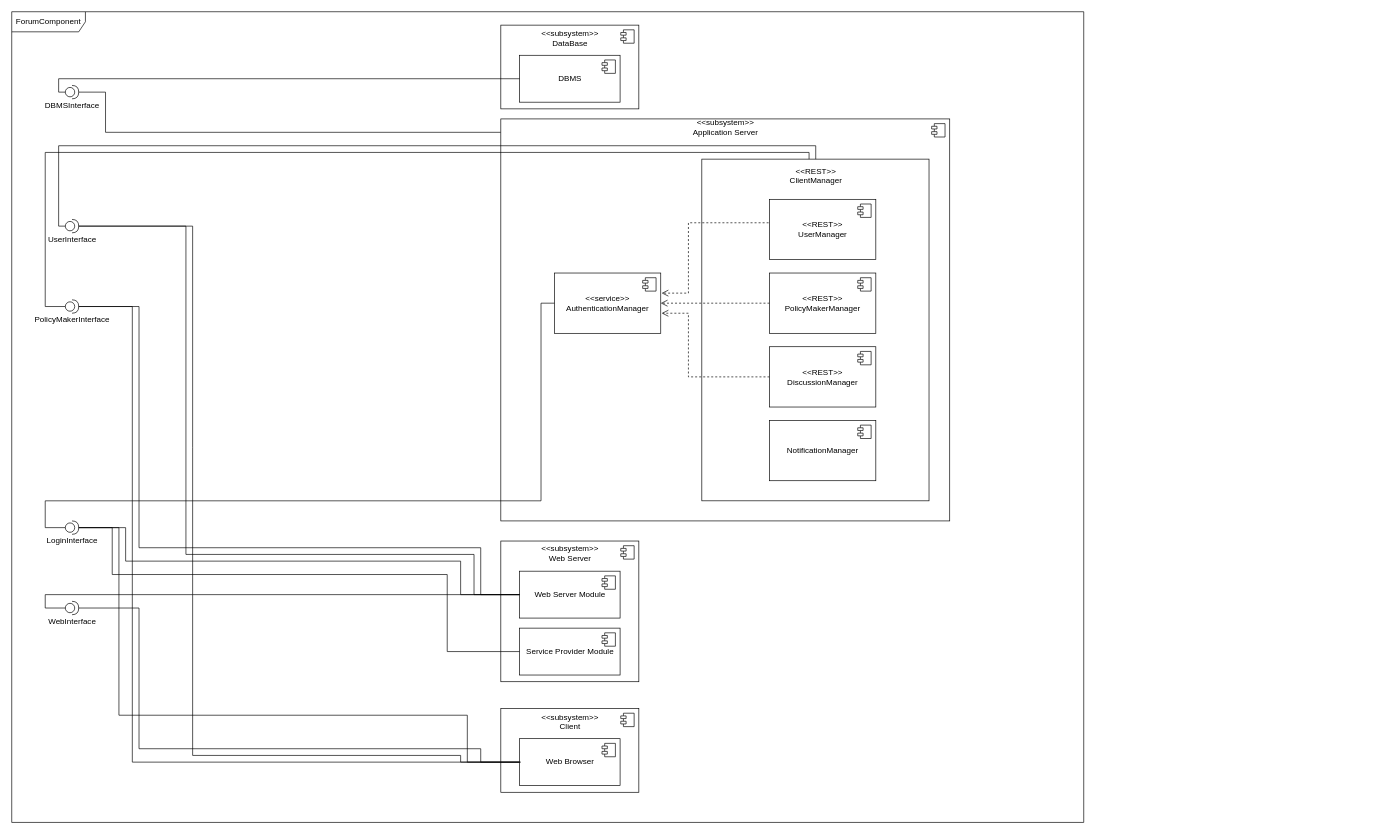
The draw.io diagram page "ForumComponent" (1 of 2) of DD Diagrams/ComponentDiagram.drawio in matteovisotto/SE2-CecchettoSirianiVisotto, before the edit. Source tidied: cells renumbered, new cells numbered last; positions are measured from the earlier drawing's top-left corner, leaving out a move shared by most shapes. Both pictures are drawn from the tidied source at 67%, with x=0, y=0 at pixel (11, 11).
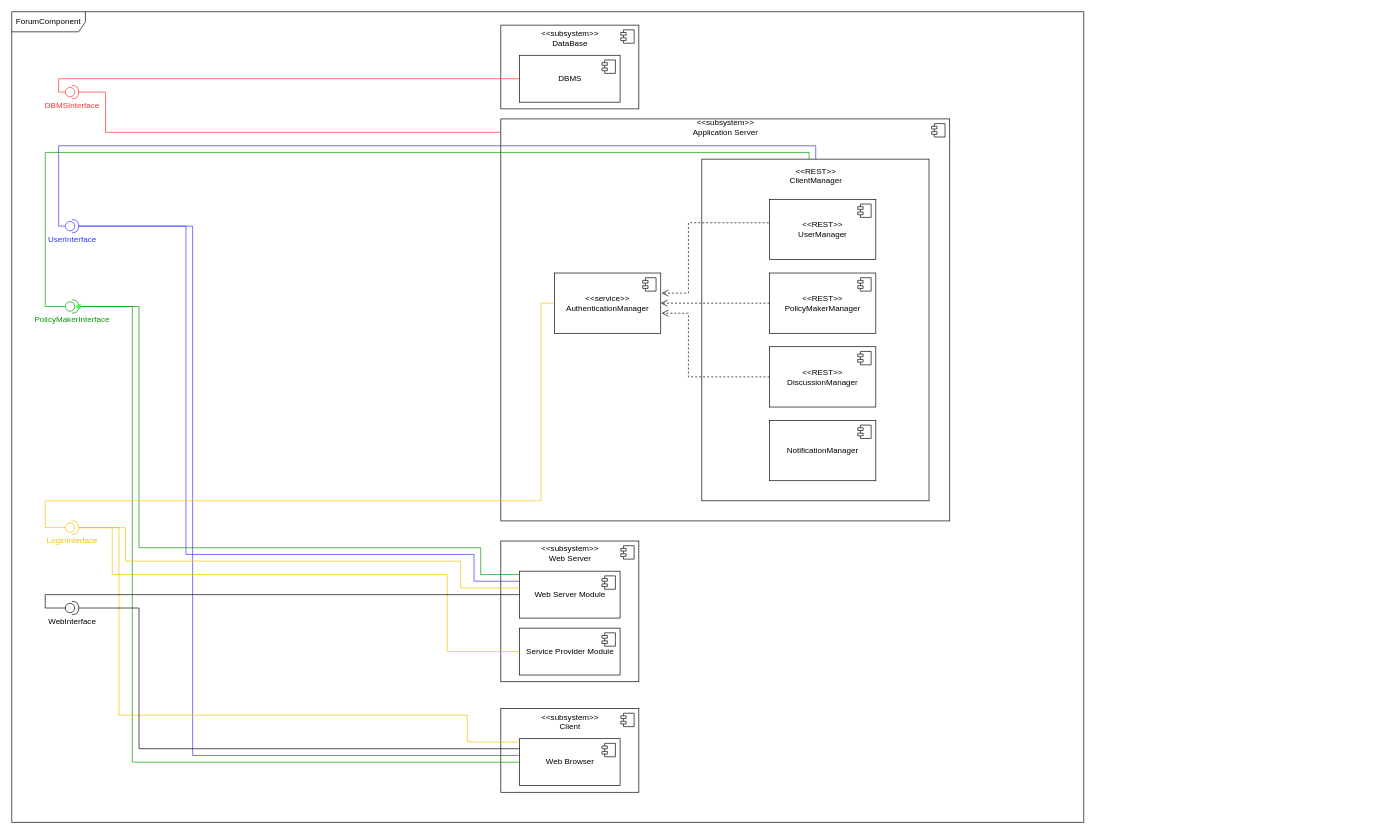
The same diagram, later.

The change refers to these unchanged cells:
```xml
<mxCell id="7" value="DBMS" style="html=1;" parent="4" vertex="1">
  <mxGeometry x="28" y="45" width="150" height="70" as="geometry" />
</mxCell>
<mxCell id="14" value="Web Browser" style="html=1;" parent="11" vertex="1">
  <mxGeometry x="28" y="45" width="150" height="70" as="geometry" />
</mxCell>
<mxCell id="19" value="Web Server Module" style="html=1;" parent="16" vertex="1">
  <mxGeometry x="28" y="45" width="150" height="70" as="geometry" />
</mxCell>
<mxCell id="21" value="Service Provider Module" style="html=1;" parent="16" vertex="1">
  <mxGeometry x="28" y="130" width="150" height="70" as="geometry" />
</mxCell>
<mxCell id="27" value="&amp;lt;&amp;lt;subsystem&amp;gt;&amp;gt;&lt;br&gt;Application Server&lt;br&gt;&lt;br&gt;&lt;br&gt;&lt;br&gt;&lt;br&gt;&lt;br&gt;&lt;br&gt;&lt;br&gt;&lt;br&gt;&lt;br&gt;&lt;br&gt;&lt;br&gt;&lt;br&gt;&lt;br&gt;&lt;br&gt;&lt;br&gt;&lt;br&gt;&lt;br&gt;&lt;br&gt;&lt;br&gt;&lt;br&gt;&lt;br&gt;&lt;br&gt;&lt;br&gt;&lt;br&gt;&lt;br&gt;&lt;br&gt;&lt;br&gt;&lt;br&gt;&lt;br&gt;&lt;br&gt;&lt;br&gt;&lt;br&gt;&lt;br&gt;&lt;br&gt;&lt;br&gt;&lt;br&gt;&lt;br&gt;&lt;br&gt;&lt;br&gt;&lt;br&gt;" style="html=1;" parent="26" vertex="1">
  <mxGeometry width="670" height="600" as="geometry" />
</mxCell>
<mxCell id="29" value="&amp;lt;&amp;lt;REST&amp;gt;&amp;gt;&lt;br&gt;ClientManager&lt;br&gt;&lt;br&gt;&lt;br&gt;&lt;br&gt;&lt;br&gt;&lt;br&gt;&lt;br&gt;&lt;br&gt;&lt;br&gt;&lt;br&gt;&lt;br&gt;&lt;br&gt;&lt;br&gt;&lt;br&gt;&lt;br&gt;&lt;br&gt;&lt;br&gt;&lt;br&gt;&lt;br&gt;&lt;br&gt;&lt;br&gt;&lt;br&gt;&lt;br&gt;&lt;br&gt;&lt;br&gt;&lt;br&gt;&lt;br&gt;&lt;br&gt;&lt;br&gt;&lt;br&gt;&lt;br&gt;&lt;br&gt;&lt;br&gt;" style="html=1;" parent="26" vertex="1">
  <mxGeometry x="300" y="60" width="339.1" height="510" as="geometry" />
</mxCell>
<mxCell id="41" value="&amp;lt;&amp;lt;service&amp;gt;&amp;gt;&lt;br&gt;AuthenticationManager" style="html=1;" parent="26" vertex="1">
  <mxGeometry x="80" y="230" width="158.7" height="90" as="geometry" />
</mxCell>
<mxCell id="48" value="WebInterface" style="shape=providedRequiredInterface;html=1;verticalLabelPosition=bottom;sketch=0;" parent="1" vertex="1">
  <mxGeometry x="80" y="880" width="20" height="20" as="geometry" />
</mxCell>
```

The edit, as a diff of the source:
```diff
@@
-    <mxCell id="3" value="DBMSInterface" style="shape=providedRequiredInterface;html=1;verticalLabelPosition=bottom;sketch=0;" parent="1" vertex="1">
+    <mxCell id="3" value="&lt;font color=&quot;#ff3333&quot;&gt;DBMSInterface&lt;/font&gt;" style="shape=providedRequiredInterface;html=1;verticalLabelPosition=bottom;sketch=0;strokeColor=#FF3333;" parent="1" vertex="1">
       <mxGeometry x="80" y="110" width="20" height="20" as="geometry" />
     </mxCell>
@@
-    <mxCell id="9" value="UserInterface" style="shape=providedRequiredInterface;html=1;verticalLabelPosition=bottom;sketch=0;" parent="1" vertex="1">
+    <mxCell id="9" value="&lt;font color=&quot;#3333ff&quot;&gt;UserInterface&lt;/font&gt;" style="shape=providedRequiredInterface;html=1;verticalLabelPosition=bottom;sketch=0;strokeColor=#3333FF;" parent="1" vertex="1">
       <mxGeometry x="80" y="310" width="20" height="20" as="geometry" />
     </mxCell>
-    <mxCell id="10" value="PolicyMakerInterface" style="shape=providedRequiredInterface;html=1;verticalLabelPosition=bottom;sketch=0;" parent="1" vertex="1">
+    <mxCell id="10" value="&lt;font color=&quot;#009900&quot;&gt;PolicyMakerInterface&lt;/font&gt;" style="shape=providedRequiredInterface;html=1;verticalLabelPosition=bottom;sketch=0;strokeColor=#009900;" parent="1" vertex="1">
       <mxGeometry x="80" y="430" width="20" height="20" as="geometry" />
     </mxCell>
@@
-    <mxCell id="23" style="endArrow=none;html=1;edgeStyle=orthogonalEdgeStyle;rounded=0;exitX=0;exitY=0.5;exitDx=0;exitDy=0;exitPerimeter=0;" parent="1" edge="1" source="3" target="7">
+    <mxCell id="23" style="endArrow=none;html=1;edgeStyle=orthogonalEdgeStyle;rounded=0;exitX=0;exitY=0.5;exitDx=0;exitDy=0;exitPerimeter=0;strokeColor=#FF3333;" parent="1" edge="1" source="3" target="7">
       <mxGeometry relative="1" as="geometry">
         <Array as="points">
           <mxPoint x="70" y="120" />
           <mxPoint x="70" y="100" />
         </Array>
       </mxGeometry>
     </mxCell>
-    <mxCell id="24" style="endArrow=none;html=1;edgeStyle=orthogonalEdgeStyle;rounded=0;exitX=1;exitY=0.5;exitDx=0;exitDy=0;exitPerimeter=0;" parent="1" edge="1" source="3" target="27">
+    <mxCell id="24" style="endArrow=none;html=1;edgeStyle=orthogonalEdgeStyle;rounded=0;exitX=1;exitY=0.5;exitDx=0;exitDy=0;exitPerimeter=0;strokeColor=#FF3333;" parent="1" edge="1" source="3" target="27">
       <mxGeometry relative="1" as="geometry">
         <Array as="points">
           <mxPoint x="140" y="120" />
           <mxPoint x="140" y="180" />
         </Array>
       </mxGeometry>
     </mxCell>
@@
-    <mxCell id="43" style="endArrow=none;html=1;edgeStyle=orthogonalEdgeStyle;rounded=0;exitX=0;exitY=0.5;exitDx=0;exitDy=0;exitPerimeter=0;" parent="1" edge="1" source="9" target="29">
+    <mxCell id="43" style="endArrow=none;html=1;edgeStyle=orthogonalEdgeStyle;rounded=0;exitX=0;exitY=0.5;exitDx=0;exitDy=0;exitPerimeter=0;strokeColor=#3333FF;" parent="1" edge="1" source="9" target="29">
       <mxGeometry relative="1" as="geometry">
         <Array as="points">
           <mxPoint x="70" y="320" />
           <mxPoint x="70" y="200" />
           <mxPoint x="1200" y="200" />
         </Array>
       </mxGeometry>
     </mxCell>
-    <mxCell id="44" style="endArrow=none;html=1;edgeStyle=orthogonalEdgeStyle;rounded=0;exitX=0;exitY=0.5;exitDx=0;exitDy=0;exitPerimeter=0;entryX=0.472;entryY=0;entryDx=0;entryDy=0;entryPerimeter=0;" parent="1" edge="1" source="10" target="29">
+    <mxCell id="44" style="endArrow=none;html=1;edgeStyle=orthogonalEdgeStyle;rounded=0;exitX=0;exitY=0.5;exitDx=0;exitDy=0;exitPerimeter=0;entryX=0.472;entryY=0;entryDx=0;entryDy=0;entryPerimeter=0;strokeColor=#009900;" parent="1" edge="1" source="10" target="29">
       <mxGeometry relative="1" as="geometry">
         <Array as="points">
           <mxPoint x="50" y="440" />
           <mxPoint x="50" y="210" />
           <mxPoint x="1190" y="210" />
         </Array>
       </mxGeometry>
     </mxCell>
-    <mxCell id="45" style="endArrow=none;html=1;edgeStyle=orthogonalEdgeStyle;rounded=0;exitX=1;exitY=0.5;exitDx=0;exitDy=0;exitPerimeter=0;entryX=0;entryY=0.5;entryDx=0;entryDy=0;" parent="1" edge="1" source="10" target="14">
+    <mxCell id="45" style="endArrow=none;html=1;edgeStyle=orthogonalEdgeStyle;rounded=0;exitX=1;exitY=0.5;exitDx=0;exitDy=0;exitPerimeter=0;entryX=0;entryY=0.5;entryDx=0;entryDy=0;strokeColor=#009900;" parent="1" edge="1" source="10" target="14">
       <mxGeometry relative="1" as="geometry">
         <Array as="points">
           <mxPoint x="180" y="440" />
           <mxPoint x="180" y="1120" />
         </Array>
       </mxGeometry>
     </mxCell>
-    <mxCell id="46" style="endArrow=none;html=1;edgeStyle=orthogonalEdgeStyle;rounded=0;exitX=1;exitY=0.5;exitDx=0;exitDy=0;exitPerimeter=0;entryX=0;entryY=0.5;entryDx=0;entryDy=0;" parent="1" edge="1" source="10" target="19">
+    <mxCell id="46" style="endArrow=none;html=1;edgeStyle=orthogonalEdgeStyle;rounded=0;exitX=1;exitY=0.5;exitDx=0;exitDy=0;exitPerimeter=0;strokeColor=#009900;" parent="1" edge="1" source="10">
       <mxGeometry relative="1" as="geometry">
+        <mxPoint x="758" y="840" as="targetPoint" />
         <Array as="points">
           <mxPoint x="190" y="440" />
           <mxPoint x="190" y="800" />
           <mxPoint x="700" y="800" />
-          <mxPoint x="700" y="870" />
+          <mxPoint x="700" y="840" />
+          <mxPoint x="758" y="840" />
         </Array>
       </mxGeometry>
     </mxCell>
-    <mxCell id="47" value="LoginInterface" style="shape=providedRequiredInterface;html=1;verticalLabelPosition=bottom;sketch=0;" parent="1" vertex="1">
+    <mxCell id="47" value="&lt;font color=&quot;#f5c000&quot;&gt;LoginInterface&lt;/font&gt;" style="shape=providedRequiredInterface;html=1;verticalLabelPosition=bottom;sketch=0;strokeColor=#F5C000;" parent="1" vertex="1">
       <mxGeometry x="80" y="760" width="20" height="20" as="geometry" />
     </mxCell>
@@
-    <mxCell id="49" style="endArrow=none;html=1;edgeStyle=orthogonalEdgeStyle;rounded=0;entryX=0;entryY=0.5;entryDx=0;entryDy=0;" parent="1" edge="1" target="19">
+    <mxCell id="49" style="endArrow=none;html=1;edgeStyle=orthogonalEdgeStyle;rounded=0;strokeColor=#3333FF;" parent="1" edge="1">
       <mxGeometry relative="1" as="geometry">
         <mxPoint x="100" y="320" as="sourcePoint" />
+        <mxPoint x="758" y="850" as="targetPoint" />
         <Array as="points">
           <mxPoint x="260" y="320" />
           <mxPoint x="260" y="810" />
           <mxPoint x="690" y="810" />
-          <mxPoint x="690" y="870" />
+          <mxPoint x="690" y="850" />
+          <mxPoint x="758" y="850" />
         </Array>
       </mxGeometry>
     </mxCell>
-    <mxCell id="50" style="endArrow=none;html=1;edgeStyle=orthogonalEdgeStyle;rounded=0;exitX=1;exitY=0.5;exitDx=0;exitDy=0;exitPerimeter=0;entryX=0;entryY=0.5;entryDx=0;entryDy=0;" parent="1" edge="1" source="9" target="14">
+    <mxCell id="50" style="endArrow=none;html=1;edgeStyle=orthogonalEdgeStyle;rounded=0;exitX=1;exitY=0.5;exitDx=0;exitDy=0;exitPerimeter=0;strokeColor=#3333FF;" parent="1" edge="1" source="9">
       <mxGeometry relative="1" as="geometry">
+        <mxPoint x="758" y="1110" as="targetPoint" />
         <Array as="points">
           <mxPoint x="270" y="320" />
-          <mxPoint x="270" y="650" />
           <mxPoint x="270" y="1110" />
-          <mxPoint x="670" y="1110" />
-          <mxPoint x="670" y="1120" />
+          <mxPoint x="758" y="1110" />
         </Array>
       </mxGeometry>
     </mxCell>
-    <mxCell id="51" style="endArrow=none;html=1;edgeStyle=orthogonalEdgeStyle;rounded=0;exitX=0;exitY=0.5;exitDx=0;exitDy=0;exitPerimeter=0;entryX=0;entryY=0.5;entryDx=0;entryDy=0;" parent="1" edge="1" source="47" target="41">
+    <mxCell id="51" style="endArrow=none;html=1;edgeStyle=orthogonalEdgeStyle;rounded=0;exitX=0;exitY=0.5;exitDx=0;exitDy=0;exitPerimeter=0;entryX=0;entryY=0.5;entryDx=0;entryDy=0;strokeColor=#F5C000;" parent="1" edge="1" source="47" target="41">
       <mxGeometry relative="1" as="geometry">
         <Array as="points">
           <mxPoint x="50" y="770" />
           <mxPoint x="50" y="730" />
           <mxPoint x="790" y="730" />
           <mxPoint x="790" y="435" />
         </Array>
       </mxGeometry>
     </mxCell>
-    <mxCell id="52" style="endArrow=none;html=1;edgeStyle=orthogonalEdgeStyle;rounded=0;exitX=1;exitY=0.5;exitDx=0;exitDy=0;exitPerimeter=0;entryX=0;entryY=0.5;entryDx=0;entryDy=0;" parent="1" edge="1" source="47" target="21">
+    <mxCell id="52" style="endArrow=none;html=1;edgeStyle=orthogonalEdgeStyle;rounded=0;exitX=1;exitY=0.5;exitDx=0;exitDy=0;exitPerimeter=0;entryX=0;entryY=0.5;entryDx=0;entryDy=0;strokeColor=#F5C000;" parent="1" edge="1" source="47" target="21">
       <mxGeometry relative="1" as="geometry">
         <Array as="points">
           <mxPoint x="150" y="770" />
           <mxPoint x="150" y="840" />
           <mxPoint x="650" y="840" />
           <mxPoint x="650" y="955" />
         </Array>
       </mxGeometry>
     </mxCell>
-    <mxCell id="53" style="endArrow=none;html=1;edgeStyle=orthogonalEdgeStyle;rounded=0;exitX=1;exitY=0.5;exitDx=0;exitDy=0;exitPerimeter=0;" parent="1" edge="1" source="47">
+    <mxCell id="53" style="endArrow=none;html=1;edgeStyle=orthogonalEdgeStyle;rounded=0;exitX=1;exitY=0.5;exitDx=0;exitDy=0;exitPerimeter=0;strokeColor=#F5C000;" parent="1" edge="1" source="47" target="14">
       <mxGeometry relative="1" as="geometry">
-        <mxPoint x="760" y="1120" as="targetPoint" />
         <Array as="points">
           <mxPoint x="160" y="770" />
           <mxPoint x="160" y="1050" />
           <mxPoint x="680" y="1050" />
-          <mxPoint x="680" y="1120" />
+          <mxPoint x="680" y="1090" />
         </Array>
       </mxGeometry>
     </mxCell>
-    <mxCell id="54" style="endArrow=none;html=1;edgeStyle=orthogonalEdgeStyle;rounded=0;exitX=1;exitY=0.5;exitDx=0;exitDy=0;exitPerimeter=0;entryX=0;entryY=0.5;entryDx=0;entryDy=0;" parent="1" edge="1" source="47" target="19">
+    <mxCell id="54" style="endArrow=none;html=1;edgeStyle=orthogonalEdgeStyle;rounded=0;exitX=1;exitY=0.5;exitDx=0;exitDy=0;exitPerimeter=0;strokeColor=#F5C000;" parent="1" edge="1" source="47">
       <mxGeometry relative="1" as="geometry">
+        <mxPoint x="758" y="860" as="targetPoint" />
         <Array as="points">
           <mxPoint x="170" y="770" />
           <mxPoint x="170" y="820" />
           <mxPoint x="670" y="820" />
-          <mxPoint x="670" y="870" />
+          <mxPoint x="670" y="860" />
+          <mxPoint x="758" y="860" />
         </Array>
       </mxGeometry>
     </mxCell>
@@
-    <mxCell id="56" style="endArrow=none;html=1;edgeStyle=orthogonalEdgeStyle;rounded=0;exitX=1;exitY=0.5;exitDx=0;exitDy=0;exitPerimeter=0;entryX=0;entryY=0.5;entryDx=0;entryDy=0;" parent="1" edge="1" source="48" target="14">
+    <mxCell id="56" style="endArrow=none;html=1;edgeStyle=orthogonalEdgeStyle;rounded=0;exitX=1;exitY=0.5;exitDx=0;exitDy=0;exitPerimeter=0;" parent="1" edge="1" source="48">
       <mxGeometry relative="1" as="geometry">
+        <mxPoint x="758" y="1100" as="targetPoint" />
         <Array as="points">
           <mxPoint x="190" y="890" />
           <mxPoint x="190" y="1100" />
-          <mxPoint x="700" y="1100" />
-          <mxPoint x="700" y="1120" />
+          <mxPoint x="758" y="1100" />
         </Array>
       </mxGeometry>
     </mxCell>
+    <mxCell id="57" style="edgeStyle=orthogonalEdgeStyle;rounded=0;orthogonalLoop=1;jettySize=auto;html=1;exitX=1;exitY=0.5;exitDx=0;exitDy=0;exitPerimeter=0;entryX=0.726;entryY=0.495;entryDx=0;entryDy=0;entryPerimeter=0;fontColor=#009900;strokeColor=#33FF33;" parent="1" edge="1" source="10" target="10">
+      <mxGeometry relative="1" as="geometry" />
+    </mxCell>
```
